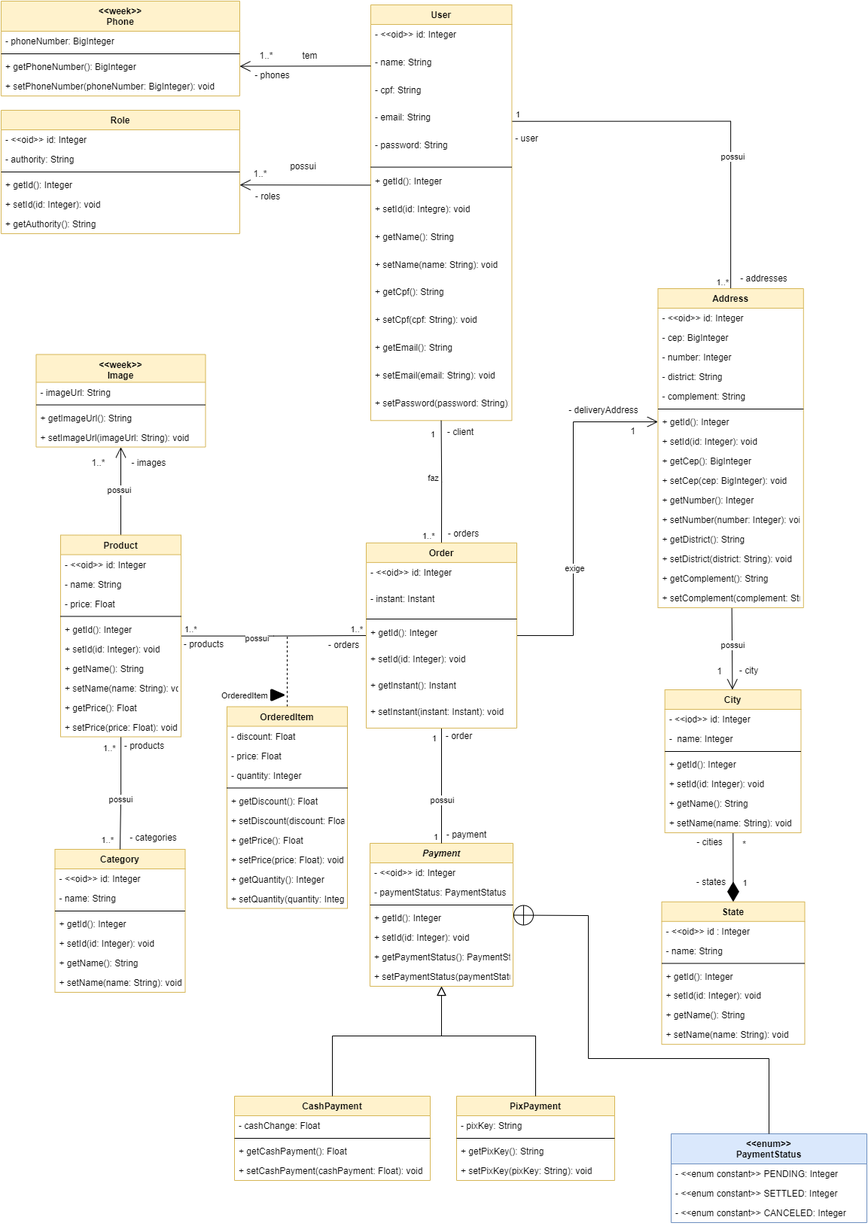
This is docs/img/Diagramas/DiagramaDeClasses.png from UnBArqDsw2022-1/2022.1_G3_Bazar, a draw.io export, as it was before one commit. Source tidied: cells renumbered, new cells last; positions are measured from the earlier drawing's top-left corner, leaving out a move shared by most shapes.
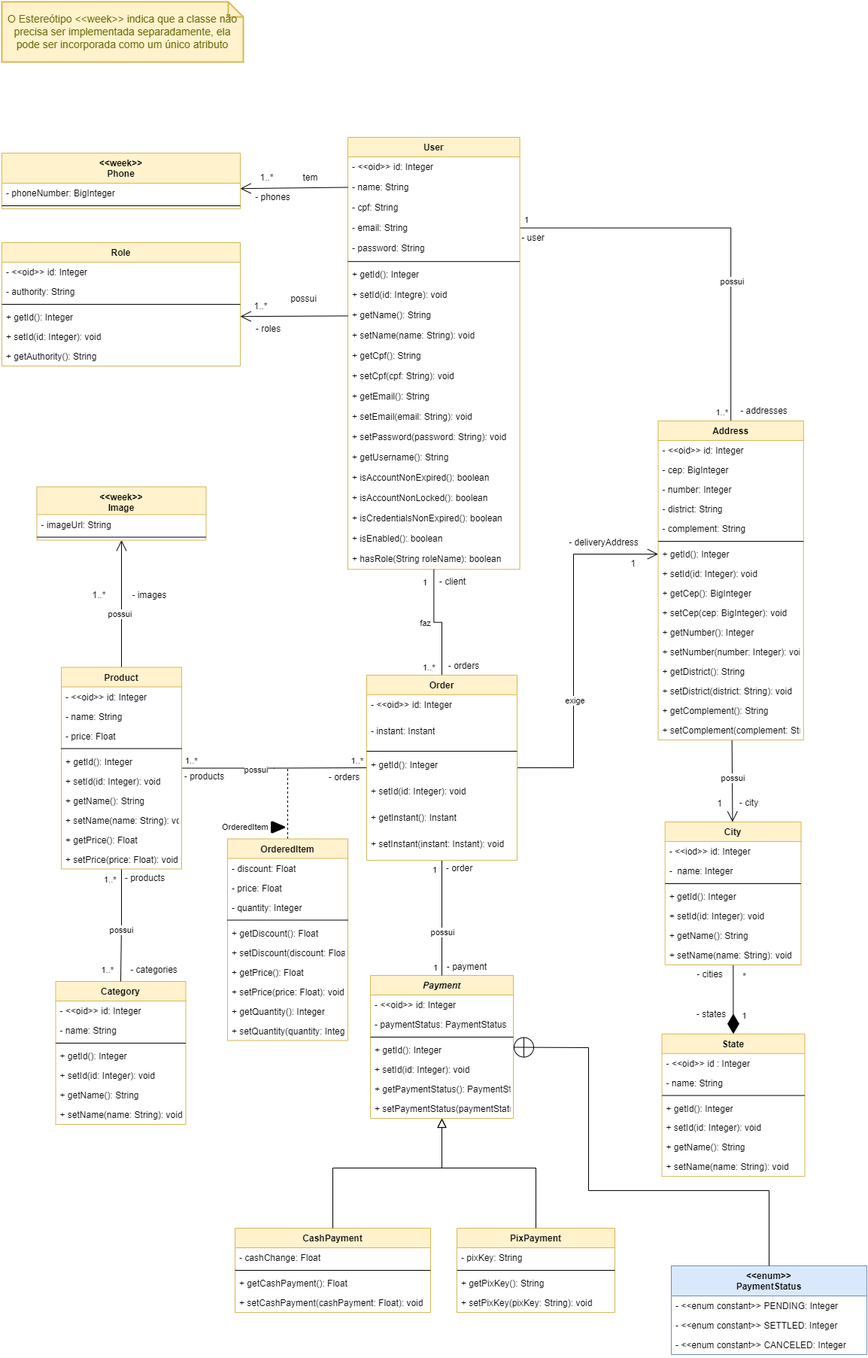
After the change.

Commit message:
Add class diagram pictures

The edit, as a diff of the source:
```diff
@@ -208,7 +208,7 @@
       <mxGeometry y="92" width="260" height="26" as="geometry" />
     </mxCell>
     <mxCell id="67" value="&lt;&lt;week&gt;&gt;&#10;Phone" style="swimlane;fontStyle=1;align=center;verticalAlign=top;horizontal=1;startSize=40;fillColor=#fff2cc;strokeColor=#d6b656;" parent="1" vertex="1">
-      <mxGeometry width="317" height="126" as="geometry" />
+      <mxGeometry y="26" width="317" height="74" as="geometry" />
     </mxCell>
     <mxCell id="68" value="- phoneNumber: BigInteger" style="text;strokeColor=none;fillColor=none;align=left;verticalAlign=top;spacingLeft=4;spacingRight=4;overflow=hidden;" parent="67" vertex="1">
       <mxGeometry y="40" width="317" height="26" as="geometry" />
@@ -216,12 +216,6 @@
     <mxCell id="69" style="line;strokeWidth=1;fillColor=none;align=left;verticalAlign=middle;spacingTop=-1;spacingLeft=3;spacingRight=3;labelPosition=right;" parent="67" vertex="1">
       <mxGeometry y="66" width="317" height="8" as="geometry" />
     </mxCell>
-    <mxCell id="70" value="+ getPhoneNumber(): BigInteger" style="text;strokeColor=none;fillColor=none;align=left;verticalAlign=top;spacingLeft=4;spacingRight=4;overflow=hidden;points=[[0,0.5],[1,0.5]];portConstraint=eastwest;" parent="67" vertex="1">
-      <mxGeometry y="74" width="317" height="26" as="geometry" />
-    </mxCell>
-    <mxCell id="71" value="+ setPhoneNumber(phoneNumber: BigInteger): void" style="text;strokeColor=none;fillColor=none;align=left;verticalAlign=top;spacingLeft=4;spacingRight=4;overflow=hidden;" parent="67" vertex="1">
-      <mxGeometry y="100" width="317" height="26" as="geometry" />
-    </mxCell>
     <mxCell id="72" value="Role" style="swimlane;fontStyle=1;align=center;verticalAlign=top;horizontal=1;startSize=26;fillColor=#fff2cc;strokeColor=#d6b656;" parent="1" vertex="1">
       <mxGeometry y="145" width="317" height="164" as="geometry" />
     </mxCell>
@@ -277,72 +271,90 @@
       <mxGeometry width="60" height="30" as="geometry" />
     </mxCell>
     <mxCell id="88" style="group;" parent="1" vertex="1">
-      <mxGeometry x="491" y="5" width="246" height="327" as="geometry" />
+      <mxGeometry x="460" y="5" width="300" height="240" as="geometry" />
     </mxCell>
     <mxCell id="89" style="group;" parent="88" vertex="1">
-      <mxGeometry width="246" height="307" as="geometry" />
+      <mxGeometry width="300" height="225.3" as="geometry" />
     </mxCell>
     <mxCell id="90" style="group;" parent="89" vertex="1">
-      <mxGeometry width="246" height="268.8" as="geometry" />
+      <mxGeometry width="300" height="197.3" as="geometry" />
     </mxCell>
     <mxCell id="91" value="User" style="swimlane;fontStyle=1;align=center;verticalAlign=top;horizontal=1;startSize=26;fillColor=#fff2cc;strokeColor=#d6b656;" parent="90" vertex="1">
-      <mxGeometry width="187.4" height="552.3" as="geometry" />
+      <mxGeometry width="228.6" height="574.3" as="geometry" />
     </mxCell>
     <mxCell id="92" value="- &lt;&lt;oid&gt;&gt; id: Integer" style="text;strokeColor=none;fillColor=none;align=left;verticalAlign=top;spacingLeft=4;spacingRight=4;overflow=hidden;" parent="91" vertex="1">
-      <mxGeometry y="26" width="187.4" height="36.8" as="geometry" />
+      <mxGeometry y="26" width="228.6" height="27" as="geometry" />
     </mxCell>
     <mxCell id="93" value="- name: String" style="text;strokeColor=none;fillColor=none;align=left;verticalAlign=top;spacingLeft=4;spacingRight=4;overflow=hidden;points=[[0,0.5],[1,0.5]];portConstraint=eastwest;" parent="91" vertex="1">
-      <mxGeometry y="62.8" width="187.4" height="36.8" as="geometry" />
+      <mxGeometry y="53" width="228.6" height="27" as="geometry" />
     </mxCell>
     <mxCell id="94" value="- cpf: String" style="text;strokeColor=none;fillColor=none;align=left;verticalAlign=top;spacingLeft=4;spacingRight=4;overflow=hidden;" parent="91" vertex="1">
-      <mxGeometry y="99.6" width="187.4" height="36.8" as="geometry" />
+      <mxGeometry y="80" width="228.6" height="27" as="geometry" />
     </mxCell>
     <mxCell id="95" style="edgeStyle=none;rounded=0;jettySize=auto;html=1;exitX=1;exitY=0.5;exitDx=0;exitDy=0;" parent="91" edge="1" source="96" target="91">
       <mxGeometry relative="1" as="geometry" />
     </mxCell>
     <mxCell id="96" value="- email: String" style="text;strokeColor=none;fillColor=none;align=left;verticalAlign=top;spacingLeft=4;spacingRight=4;overflow=hidden;points=[[0,0.5],[1,0.5]];portConstraint=eastwest;" parent="91" vertex="1">
-      <mxGeometry y="136.4" width="187.4" height="36.8" as="geometry" />
+      <mxGeometry y="107" width="228.6" height="27" as="geometry" />
     </mxCell>
     <mxCell id="97" value="- password: String" style="text;strokeColor=none;fillColor=none;align=left;verticalAlign=top;spacingLeft=4;spacingRight=4;overflow=hidden;" parent="91" vertex="1">
-      <mxGeometry y="173.1" width="187.4" height="36.8" as="geometry" />
+      <mxGeometry y="134" width="228.6" height="27" as="geometry" />
     </mxCell>
     <mxCell id="98" style="line;strokeWidth=1;fillColor=none;align=left;verticalAlign=middle;spacingTop=-1;spacingLeft=3;spacingRight=3;labelPosition=right;" parent="91" vertex="1">
-      <mxGeometry y="209.9" width="187.4" height="11.3" as="geometry" />
+      <mxGeometry y="161" width="228.6" height="8.3" as="geometry" />
     </mxCell>
     <mxCell id="99" value="+ getId(): Integer" style="text;strokeColor=none;fillColor=none;align=left;verticalAlign=top;spacingLeft=4;spacingRight=4;overflow=hidden;points=[[0,0.5],[1,0.5]];portConstraint=eastwest;" parent="91" vertex="1">
-      <mxGeometry y="221.2" width="187.4" height="36.8" as="geometry" />
+      <mxGeometry y="169.3" width="228.6" height="27" as="geometry" />
     </mxCell>
     <mxCell id="100" value="+ setId(id: Integre): void" style="text;strokeColor=none;fillColor=none;align=left;verticalAlign=top;spacingLeft=4;spacingRight=4;overflow=hidden;" parent="91" vertex="1">
-      <mxGeometry y="258" width="187.4" height="36.8" as="geometry" />
+      <mxGeometry y="196.3" width="228.6" height="27" as="geometry" />
     </mxCell>
     <mxCell id="101" value="+ getName(): String" style="text;strokeColor=none;fillColor=none;align=left;verticalAlign=top;spacingLeft=4;spacingRight=4;overflow=hidden;points=[[0,0.5],[1,0.5]];portConstraint=eastwest;" parent="91" vertex="1">
-      <mxGeometry y="294.8" width="187.4" height="36.8" as="geometry" />
+      <mxGeometry y="223.3" width="228.6" height="27" as="geometry" />
     </mxCell>
     <mxCell id="102" value="+ setName(name: String): void" style="text;strokeColor=none;fillColor=none;align=left;verticalAlign=top;spacingLeft=4;spacingRight=4;overflow=hidden;" parent="91" vertex="1">
-      <mxGeometry y="331.6" width="187.4" height="36.8" as="geometry" />
+      <mxGeometry y="250.3" width="228.6" height="27" as="geometry" />
     </mxCell>
     <mxCell id="103" value="+ getCpf(): String" style="text;strokeColor=none;fillColor=none;align=left;verticalAlign=top;spacingLeft=4;spacingRight=4;overflow=hidden;" parent="91" vertex="1">
-      <mxGeometry y="368.4" width="187.4" height="36.8" as="geometry" />
+      <mxGeometry y="277.3" width="228.6" height="27" as="geometry" />
     </mxCell>
     <mxCell id="104" value="+ setCpf(cpf: String): void" style="text;strokeColor=none;fillColor=none;align=left;verticalAlign=top;spacingLeft=4;spacingRight=4;overflow=hidden;" parent="91" vertex="1">
-      <mxGeometry y="405.2" width="187.4" height="36.8" as="geometry" />
+      <mxGeometry y="304.3" width="228.6" height="27" as="geometry" />
     </mxCell>
     <mxCell id="105" value="+ getEmail(): String" style="text;strokeColor=none;fillColor=none;align=left;verticalAlign=top;spacingLeft=4;spacingRight=4;overflow=hidden;" parent="91" vertex="1">
-      <mxGeometry y="441.9" width="187.4" height="36.8" as="geometry" />
+      <mxGeometry y="331.3" width="228.6" height="27" as="geometry" />
     </mxCell>
     <mxCell id="106" value="+ setEmail(email: String): void" style="text;strokeColor=none;fillColor=none;align=left;verticalAlign=top;spacingLeft=4;spacingRight=4;overflow=hidden;" parent="91" vertex="1">
-      <mxGeometry y="478.7" width="187.4" height="36.8" as="geometry" />
+      <mxGeometry y="358.3" width="228.6" height="27" as="geometry" />
     </mxCell>
     <mxCell id="107" value="+ setPassword(password: String): void" style="text;strokeColor=none;fillColor=none;align=left;verticalAlign=top;spacingLeft=4;spacingRight=4;overflow=hidden;" parent="91" vertex="1">
-      <mxGeometry y="515.5" width="187.4" height="36.8" as="geometry" />
+      <mxGeometry y="385.3" width="228.6" height="27" as="geometry" />
     </mxCell>
+    <mxCell id="219" value="+ getUsername(): String" style="text;strokeColor=none;fillColor=none;align=left;verticalAlign=top;spacingLeft=4;spacingRight=4;overflow=hidden;" parent="91" vertex="1">
+      <mxGeometry y="412.3" width="228.6" height="27" as="geometry" />
+    </mxCell>
+    <mxCell id="220" value="+ isAccountNonExpired(): boolean" style="text;strokeColor=none;fillColor=none;align=left;verticalAlign=top;spacingLeft=4;spacingRight=4;overflow=hidden;" parent="91" vertex="1">
+      <mxGeometry y="439.3" width="228.6" height="27" as="geometry" />
+    </mxCell>
+    <mxCell id="221" value="+ isAccountNonLocked(): boolean" style="text;strokeColor=none;fillColor=none;align=left;verticalAlign=top;spacingLeft=4;spacingRight=4;overflow=hidden;" parent="91" vertex="1">
+      <mxGeometry y="466.3" width="228.6" height="27" as="geometry" />
+    </mxCell>
+    <mxCell id="222" value="+ isCredentialsNonExpired(): boolean" style="text;strokeColor=none;fillColor=none;align=left;verticalAlign=top;spacingLeft=4;spacingRight=4;overflow=hidden;" parent="91" vertex="1">
+      <mxGeometry y="493.3" width="228.6" height="27" as="geometry" />
+    </mxCell>
+    <mxCell id="223" value="+ isEnabled(): boolean" style="text;strokeColor=none;fillColor=none;align=left;verticalAlign=top;spacingLeft=4;spacingRight=4;overflow=hidden;" parent="91" vertex="1">
+      <mxGeometry y="520.3" width="228.6" height="27" as="geometry" />
+    </mxCell>
+    <mxCell id="224" value="+ hasRole(String roleName): boolean" style="text;strokeColor=none;fillColor=none;align=left;verticalAlign=top;spacingLeft=4;spacingRight=4;overflow=hidden;" parent="91" vertex="1">
+      <mxGeometry y="547.3" width="228.6" height="27" as="geometry" />
+    </mxCell>
     <mxCell id="108" value="- user" style="text;html=1;align=center;verticalAlign=middle;strokeColor=none;fillColor=none;" parent="90" vertex="1">
-      <mxGeometry x="181.6" y="162.7" width="50" height="30" as="geometry" />
+      <mxGeometry x="221.4" y="119.4" width="50" height="30" as="geometry" />
     </mxCell>
     <mxCell id="109" value="- client" style="text;html=1;align=center;verticalAlign=middle;strokeColor=none;fillColor=none;" parent="88" vertex="1">
-      <mxGeometry x="89" y="553" width="60" height="30" as="geometry" />
+      <mxGeometry x="108.6" y="575.9" width="60" height="30" as="geometry" />
     </mxCell>
-    <mxCell id="110" style="endArrow=open;endFill=1;endSize=12;html=1;rounded=0;" parent="1" edge="1" source="99" target="76">
+    <mxCell id="110" style="endArrow=open;endFill=1;endSize=12;html=1;rounded=0;" parent="1" edge="1" source="101" target="76">
       <mxGeometry relative="1" as="geometry" />
     </mxCell>
     <mxCell id="111" style="endArrow=none;html=1;edgeStyle=orthogonalEdgeStyle;rounded=0;exitX=0.5;exitY=0;exitDx=0;exitDy=0;" parent="1" edge="1" source="144" target="91">
@@ -364,7 +376,7 @@
       </mxGeometry>
     </mxCell>
     <mxCell id="115" style="group;" parent="1" vertex="1">
-      <mxGeometry x="325" y="58" width="105" height="56" as="geometry" />
+      <mxGeometry x="325" y="44" width="105" height="56" as="geometry" />
     </mxCell>
     <mxCell id="116" style="group;" parent="115" vertex="1">
       <mxGeometry width="105" height="56" as="geometry" />
@@ -381,8 +393,10 @@
     <mxCell id="120" value="tem" style="text;html=1;align=center;verticalAlign=middle;strokeColor=none;fillColor=none;" parent="119" vertex="1">
       <mxGeometry width="40" height="30" as="geometry" />
     </mxCell>
-    <mxCell id="121" style="endArrow=open;endFill=1;endSize=12;html=1;rounded=0;exitX=0;exitY=0.5;exitDx=0;exitDy=0;" parent="115" edge="1" source="93" target="70">
-      <mxGeometry relative="1" as="geometry" />
+    <mxCell id="121" style="endArrow=open;endFill=1;endSize=12;html=1;rounded=0;exitX=0;exitY=0.5;exitDx=0;exitDy=0;" parent="115" edge="1" source="93">
+      <mxGeometry relative="1" as="geometry">
+        <mxPoint x="-8" y="29.2" as="targetPoint" />
+      </mxGeometry>
     </mxCell>
     <mxCell id="122" style="endArrow=none;html=1;edgeStyle=orthogonalEdgeStyle;rounded=0;" parent="1" edge="1" source="167" target="144">
       <mxGeometry relative="1" as="geometry" />
@@ -511,7 +525,7 @@
       <mxGeometry x="-2" width="262.5" height="404" as="geometry" />
     </mxCell>
     <mxCell id="155" value="&lt;&lt;week&gt;&gt;&#10;Image" style="swimlane;fontStyle=1;align=center;verticalAlign=top;horizontal=1;startSize=37;fillColor=#fff2cc;strokeColor=#d6b656;" parent="154" vertex="1">
-      <mxGeometry x="-52.5" width="225" height="123" as="geometry" />
+      <mxGeometry x="-52.5" width="225" height="71" as="geometry" />
     </mxCell>
     <mxCell id="156" value="- imageUrl: String" style="text;strokeColor=none;fillColor=none;align=left;verticalAlign=top;spacingLeft=4;spacingRight=4;overflow=hidden;" parent="155" vertex="1">
       <mxGeometry y="37" width="225" height="26" as="geometry" />
@@ -519,12 +533,6 @@
     <mxCell id="157" style="line;strokeWidth=1;fillColor=none;align=left;verticalAlign=middle;spacingTop=-1;spacingLeft=3;spacingRight=3;labelPosition=right;" parent="155" vertex="1">
       <mxGeometry y="63" width="225" height="8" as="geometry" />
     </mxCell>
-    <mxCell id="158" value="+ getImageUrl(): String" style="text;strokeColor=none;fillColor=none;align=left;verticalAlign=top;spacingLeft=4;spacingRight=4;overflow=hidden;" parent="155" vertex="1">
-      <mxGeometry y="71" width="225" height="26" as="geometry" />
-    </mxCell>
-    <mxCell id="159" value="+ setImageUrl(imageUrl: String): void" style="text;strokeColor=none;fillColor=none;align=left;verticalAlign=top;spacingLeft=4;spacingRight=4;overflow=hidden;" parent="155" vertex="1">
-      <mxGeometry y="97" width="225" height="26" as="geometry" />
-    </mxCell>
     <mxCell id="160" style="group;" parent="154" vertex="1">
       <mxGeometry x="3.5" y="129" width="206" height="31" as="geometry" />
     </mxCell>
@@ -704,5 +712,8 @@
     <mxCell id="218" value="- addresses" style="text;html=1;align=center;verticalAlign=middle;strokeColor=none;fillColor=none;" parent="196" vertex="1">
       <mxGeometry x="167.6" y="19" width="90" height="30" as="geometry" />
     </mxCell>
+    <mxCell id="225" value="O Estereótipo &amp;lt;&amp;lt;week&amp;gt;&amp;gt; indica que a classe não precisa ser implementada separadamente, ela pode ser incorporada como um único atributo" style="shape=note;strokeWidth=2;fontSize=14;size=20;whiteSpace=wrap;html=1;fillColor=#fff2cc;strokeColor=#d6b656;fontColor=#666600;" parent="1" vertex="1">
+      <mxGeometry y="-175" width="321" height="80" as="geometry" />
+    </mxCell>
   </root>
 </mxGraphModel>
```
